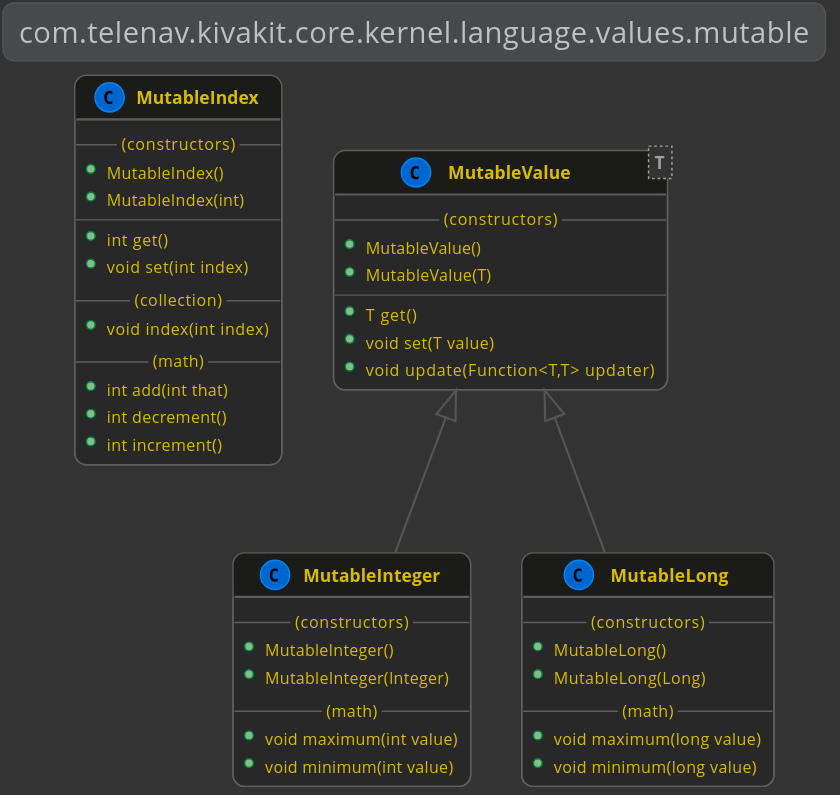
Before: docs/lexakai/kivakit/kivakit-core/kernel/documentation/diagrams/com.telenav.kivakit.core.kernel.language.values.mutable.svg, a diagram exported from PlantUML (Telenav/kivakit-assets). Source of this version:
```plantuml
@startuml

    !include lexakai.theme

    title "com.telenav.kivakit.core.kernel.language.values.mutable"

    class MutableIndex
    {
        --(constructors)--
        +MutableIndex()
        +MutableIndex(int)
        --
        +int get()
        +void set(int index)
        --(collection)--
        +void index(int index)
        --(math)--
        +int add(int that)
        +int decrement()
        +int increment()
    }

    MutableValue <|-- MutableInteger
    class MutableInteger
    {
        --(constructors)--
        +MutableInteger()
        +MutableInteger(Integer)
        --(math)--
        +void maximum(int value)
        +void minimum(int value)
    }

    MutableValue <|-- MutableLong
    class MutableLong
    {
        --(constructors)--
        +MutableLong()
        +MutableLong(Long)
        --(math)--
        +void maximum(long value)
        +void minimum(long value)
    }

    class MutableValue<T>
    {
        --(constructors)--
        +MutableValue()
        +MutableValue(T)
        --
        +T get()
        +void set(T value)
        +void update(Function<T,T> updater)
    }

@enduml
```
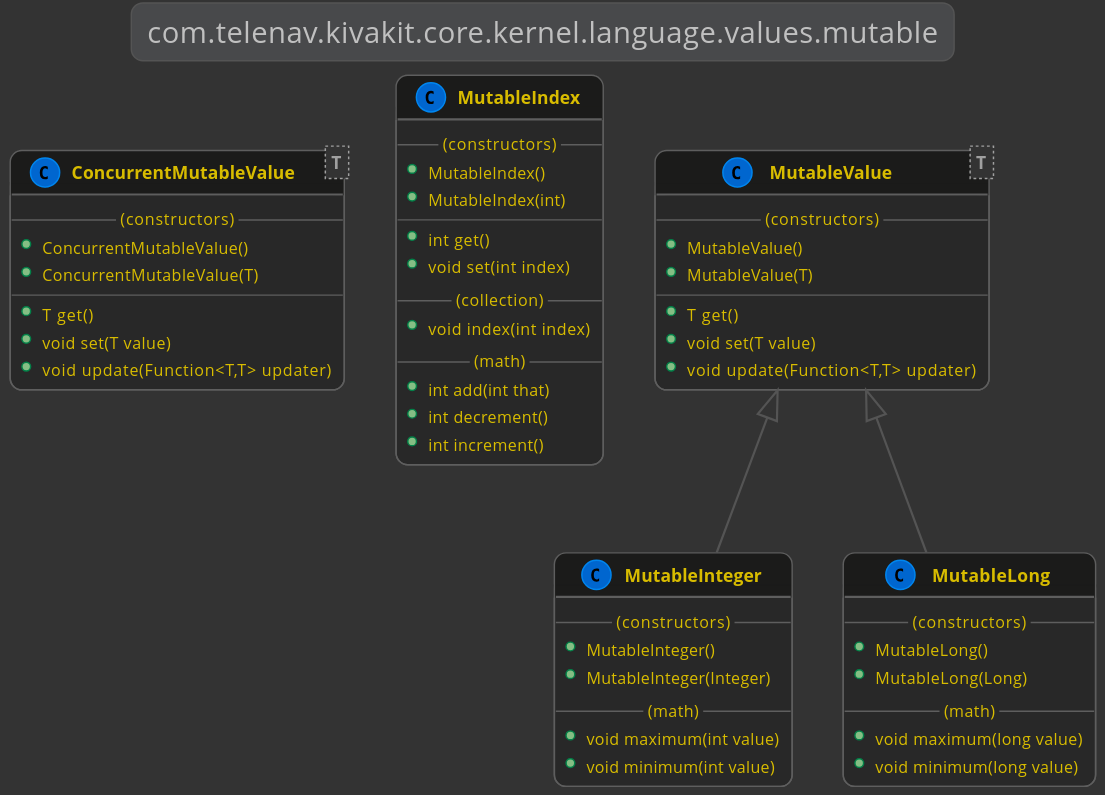
The same file after the commit.

The edit, as a diff of the source:
```diff
@@ -3,6 +3,17 @@
     !include lexakai.theme
 
     title "com.telenav.kivakit.core.kernel.language.values.mutable"
+
+    class ConcurrentMutableValue<T>
+    {
+        --(constructors)--
+        +ConcurrentMutableValue()
+        +ConcurrentMutableValue(T)
+        --
+        +T get()
+        +void set(T value)
+        +void update(Function<T,T> updater)
+    }
 
     class MutableIndex
     {
```
